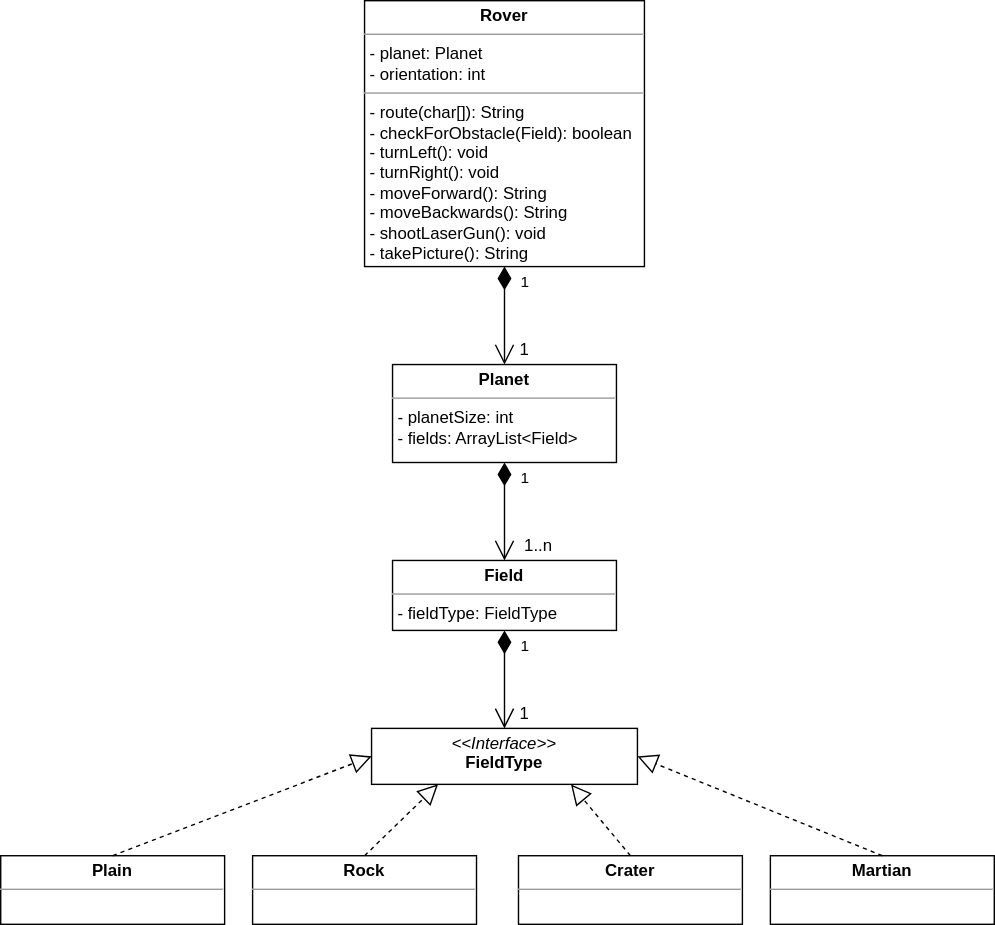
Before: src/main/UML Diagram.svg, a diagram exported from draw.io (stefreschke/hwr-oop-project-template). Source tidied: cells renumbered, new cells last; positions are measured from the earlier drawing's top-left corner, leaving out a move shared by most shapes. The source it was exported from:
```xml
<mxGraphModel>
  <root>
    <mxCell id="0" />
    <mxCell id="1" parent="0" />
    <mxCell id="2" value="&lt;p style=&quot;margin: 0px ; margin-top: 4px ; text-align: center&quot;&gt;&lt;b&gt;Rover&lt;/b&gt;&lt;/p&gt;&lt;hr size=&quot;1&quot;&gt;&lt;p style=&quot;margin: 0px ; margin-left: 4px&quot;&gt;- planet: Planet&lt;/p&gt;&lt;p style=&quot;margin: 0px ; margin-left: 4px&quot;&gt;- orientation: int&lt;/p&gt;&lt;hr size=&quot;1&quot;&gt;&lt;p style=&quot;margin: 0px ; margin-left: 4px&quot;&gt;- route(char[]): String&lt;/p&gt;&lt;p style=&quot;margin: 0px ; margin-left: 4px&quot;&gt;- checkForObstacle(Field): boolean&lt;/p&gt;&lt;p style=&quot;margin: 0px ; margin-left: 4px&quot;&gt;- turnLeft(): void&lt;/p&gt;&lt;p style=&quot;margin: 0px ; margin-left: 4px&quot;&gt;- turnRight(): void&lt;/p&gt;&lt;p style=&quot;margin: 0px ; margin-left: 4px&quot;&gt;- moveForward(): String&lt;/p&gt;&lt;p style=&quot;margin: 0px ; margin-left: 4px&quot;&gt;- moveBackwards(): String&lt;/p&gt;&lt;p style=&quot;margin: 0px ; margin-left: 4px&quot;&gt;- shootLaserGun(): void&lt;/p&gt;&lt;p style=&quot;margin: 0px ; margin-left: 4px&quot;&gt;- takePicture(): String&lt;/p&gt;" style="verticalAlign=top;align=left;overflow=fill;fontSize=12;fontFamily=Helvetica;html=1;" parent="1" vertex="1">
      <mxGeometry x="260" width="200" height="190" as="geometry" />
    </mxCell>
    <mxCell id="3" value="&lt;p style=&quot;margin: 0px ; margin-top: 4px ; text-align: center&quot;&gt;&lt;b&gt;Planet&lt;/b&gt;&lt;/p&gt;&lt;hr size=&quot;1&quot;&gt;&lt;p style=&quot;margin: 0px ; margin-left: 4px&quot;&gt;- planetSize: int&lt;/p&gt;&lt;p style=&quot;margin: 0px ; margin-left: 4px&quot;&gt;- fields: ArrayList&amp;lt;Field&amp;gt;&lt;/p&gt;" style="verticalAlign=top;align=left;overflow=fill;fontSize=12;fontFamily=Helvetica;html=1;" parent="1" vertex="1">
      <mxGeometry x="280" y="260" width="160" height="70" as="geometry" />
    </mxCell>
    <mxCell id="4" value="&lt;p style=&quot;margin: 0px ; margin-top: 4px ; text-align: center&quot;&gt;&lt;b&gt;Field&lt;/b&gt;&lt;/p&gt;&lt;hr size=&quot;1&quot;&gt;&lt;p style=&quot;margin: 0px ; margin-left: 4px&quot;&gt;- fieldType: FieldType&lt;/p&gt;" style="verticalAlign=top;align=left;overflow=fill;fontSize=12;fontFamily=Helvetica;html=1;" parent="1" vertex="1">
      <mxGeometry x="280" y="400" width="160" height="50" as="geometry" />
    </mxCell>
    <mxCell id="5" value="&lt;p style=&quot;margin: 0px ; margin-top: 4px ; text-align: center&quot;&gt;&lt;i&gt;&amp;lt;&amp;lt;Interface&amp;gt;&amp;gt;&lt;/i&gt;&lt;br&gt;&lt;b&gt;FieldType&lt;/b&gt;&lt;/p&gt;" style="verticalAlign=top;align=left;overflow=fill;fontSize=12;fontFamily=Helvetica;html=1;" parent="1" vertex="1">
      <mxGeometry x="265" y="520" width="190" height="40" as="geometry" />
    </mxCell>
    <mxCell id="6" value="&lt;p style=&quot;margin: 0px ; margin-top: 4px ; text-align: center&quot;&gt;&lt;b&gt;Crater&lt;/b&gt;&lt;/p&gt;&lt;hr size=&quot;1&quot;&gt;&lt;p style=&quot;margin: 0px ; margin-left: 4px&quot;&gt;&lt;br&gt;&lt;/p&gt;" style="verticalAlign=top;align=left;overflow=fill;fontSize=12;fontFamily=Helvetica;html=1;" parent="1" vertex="1">
      <mxGeometry x="370" y="611" width="160" height="49" as="geometry" />
    </mxCell>
    <mxCell id="7" value="&lt;p style=&quot;margin: 0px ; margin-top: 4px ; text-align: center&quot;&gt;&lt;b&gt;Plain&lt;/b&gt;&lt;/p&gt;&lt;hr size=&quot;1&quot;&gt;&lt;p style=&quot;margin: 0px ; margin-left: 4px&quot;&gt;&lt;br&gt;&lt;/p&gt;" style="verticalAlign=top;align=left;overflow=fill;fontSize=12;fontFamily=Helvetica;html=1;" parent="1" vertex="1">
      <mxGeometry y="611" width="160" height="49" as="geometry" />
    </mxCell>
    <mxCell id="8" value="&lt;p style=&quot;margin: 0px ; margin-top: 4px ; text-align: center&quot;&gt;&lt;b&gt;Martian&lt;/b&gt;&lt;/p&gt;&lt;hr size=&quot;1&quot;&gt;&lt;p style=&quot;margin: 0px ; margin-left: 4px&quot;&gt;&lt;br&gt;&lt;/p&gt;" style="verticalAlign=top;align=left;overflow=fill;fontSize=12;fontFamily=Helvetica;html=1;" parent="1" vertex="1">
      <mxGeometry x="550" y="611" width="160" height="49" as="geometry" />
    </mxCell>
    <mxCell id="9" value="&lt;p style=&quot;margin: 0px ; margin-top: 4px ; text-align: center&quot;&gt;&lt;b&gt;Rock&lt;/b&gt;&lt;/p&gt;&lt;hr size=&quot;1&quot;&gt;&lt;p style=&quot;margin: 0px ; margin-left: 4px&quot;&gt;&lt;br&gt;&lt;/p&gt;" style="verticalAlign=top;align=left;overflow=fill;fontSize=12;fontFamily=Helvetica;html=1;" parent="1" vertex="1">
      <mxGeometry x="180" y="611" width="160" height="49" as="geometry" />
    </mxCell>
    <mxCell id="10" style="endArrow=block;dashed=1;endFill=0;endSize=12;html=1;rounded=0;exitX=0.5;exitY=0;exitDx=0;exitDy=0;entryX=0;entryY=0.5;entryDx=0;entryDy=0;" parent="1" edge="1" source="7" target="5">
      <mxGeometry relative="1" as="geometry" />
    </mxCell>
    <mxCell id="11" style="endArrow=block;dashed=1;endFill=0;endSize=12;html=1;rounded=0;exitX=0.5;exitY=0;exitDx=0;exitDy=0;entryX=0.25;entryY=1;entryDx=0;entryDy=0;" parent="1" edge="1" source="9" target="5">
      <mxGeometry relative="1" as="geometry" />
    </mxCell>
    <mxCell id="12" style="endArrow=block;dashed=1;endFill=0;endSize=12;html=1;rounded=0;exitX=0.5;exitY=0;exitDx=0;exitDy=0;entryX=0.75;entryY=1;entryDx=0;entryDy=0;" parent="1" edge="1" source="6" target="5">
      <mxGeometry relative="1" as="geometry" />
    </mxCell>
    <mxCell id="13" style="endArrow=block;dashed=1;endFill=0;endSize=12;html=1;rounded=0;exitX=0.5;exitY=0;exitDx=0;exitDy=0;entryX=1;entryY=0.5;entryDx=0;entryDy=0;" parent="1" edge="1" source="8" target="5">
      <mxGeometry relative="1" as="geometry" />
    </mxCell>
    <mxCell id="14" value="1" style="endArrow=open;html=1;endSize=12;startArrow=diamondThin;startSize=14;startFill=1;edgeStyle=orthogonalEdgeStyle;align=left;verticalAlign=bottom;rounded=0;exitX=0.5;exitY=1;exitDx=0;exitDy=0;entryX=0.5;entryY=0;entryDx=0;entryDy=0;" parent="1" edge="1" source="4" target="5">
      <mxGeometry x="-0.43" y="10" relative="1" as="geometry">
        <Array as="points">
          <mxPoint x="360" y="460" />
          <mxPoint x="360" y="460" />
        </Array>
      </mxGeometry>
    </mxCell>
    <mxCell id="15" value="1" style="endArrow=open;html=1;endSize=12;startArrow=diamondThin;startSize=14;startFill=1;edgeStyle=orthogonalEdgeStyle;align=left;verticalAlign=bottom;rounded=0;exitX=0.5;exitY=1;exitDx=0;exitDy=0;entryX=0.5;entryY=0;entryDx=0;entryDy=0;" parent="1" edge="1" source="3" target="4">
      <mxGeometry x="-0.43" y="10" relative="1" as="geometry" />
    </mxCell>
    <mxCell id="16" value="1" style="endArrow=open;html=1;endSize=12;startArrow=diamondThin;startSize=14;startFill=1;edgeStyle=orthogonalEdgeStyle;align=left;verticalAlign=bottom;rounded=0;exitX=0.5;exitY=1;exitDx=0;exitDy=0;entryX=0.5;entryY=0;entryDx=0;entryDy=0;" parent="1" edge="1" source="2" target="3">
      <mxGeometry x="-0.43" y="10" relative="1" as="geometry" />
    </mxCell>
    <mxCell id="17" value="1" style="text;html=1;align=center;verticalAlign=middle;strokeColor=none;fillColor=none;" parent="1" vertex="1">
      <mxGeometry x="364" y="240" width="20" height="20" as="geometry" />
    </mxCell>
    <mxCell id="18" value="1..n" style="text;html=1;align=center;verticalAlign=middle;strokeColor=none;fillColor=none;" parent="1" vertex="1">
      <mxGeometry x="364" y="380" width="40" height="20" as="geometry" />
    </mxCell>
    <mxCell id="19" value="1" style="text;html=1;align=center;verticalAlign=middle;strokeColor=none;fillColor=none;" parent="1" vertex="1">
      <mxGeometry x="364" y="500" width="20" height="20" as="geometry" />
    </mxCell>
    <mxCell id="20" style="edgeStyle=orthogonalEdgeStyle;rounded=0;orthogonalLoop=1;jettySize=auto;html=1;exitX=0.5;exitY=1;exitDx=0;exitDy=0;" parent="1" edge="1" source="5" target="5">
      <mxGeometry relative="1" as="geometry" />
    </mxCell>
  </root>
</mxGraphModel>
```
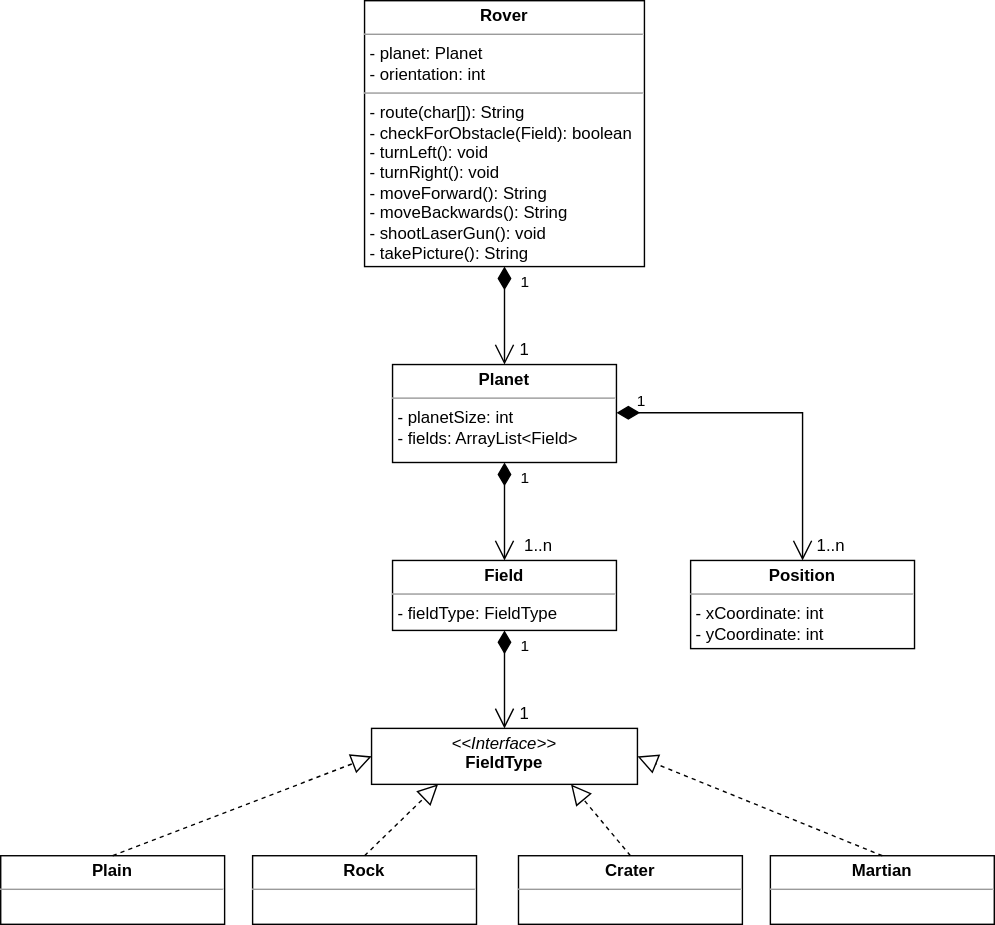
The same diagram one commit later.

Commit message:
All PlanetTest tests are successful now. Means Planet is so far fully implemented. Added new class Position to make use of java.util.Maps. Did change the UML accordingly.

Change to the diagram source:
```diff
@@ -64,5 +64,16 @@
     <mxCell id="20" style="edgeStyle=orthogonalEdgeStyle;rounded=0;orthogonalLoop=1;jettySize=auto;html=1;exitX=0.5;exitY=1;exitDx=0;exitDy=0;" parent="1" edge="1" source="5" target="5">
       <mxGeometry relative="1" as="geometry" />
     </mxCell>
+    <mxCell id="21" value="&lt;p style=&quot;margin: 0px ; margin-top: 4px ; text-align: center&quot;&gt;&lt;b&gt;Position&lt;/b&gt;&lt;/p&gt;&lt;hr size=&quot;1&quot;&gt;&lt;p style=&quot;margin: 0px ; margin-left: 4px&quot;&gt;- xCoordinate: int&lt;/p&gt;&lt;p style=&quot;margin: 0px ; margin-left: 4px&quot;&gt;- yCoordinate: int&lt;/p&gt;" style="verticalAlign=top;align=left;overflow=fill;fontSize=12;fontFamily=Helvetica;html=1;" parent="1" vertex="1">
+      <mxGeometry x="493" y="400" width="160" height="63" as="geometry" />
+    </mxCell>
+    <mxCell id="22" value="1" style="endArrow=open;html=1;endSize=12;startArrow=diamondThin;startSize=14;startFill=1;edgeStyle=orthogonalEdgeStyle;align=left;verticalAlign=bottom;rounded=0;" parent="1" edge="1" target="21">
+      <mxGeometry x="-0.89" relative="1" as="geometry">
+        <mxPoint x="440" y="294.5" as="sourcePoint" />
+      </mxGeometry>
+    </mxCell>
+    <mxCell id="23" value="1..n" style="text;html=1;align=center;verticalAlign=middle;strokeColor=none;fillColor=none;" parent="1" vertex="1">
+      <mxGeometry x="573" y="380" width="40" height="20" as="geometry" />
+    </mxCell>
   </root>
 </mxGraphModel>
```
